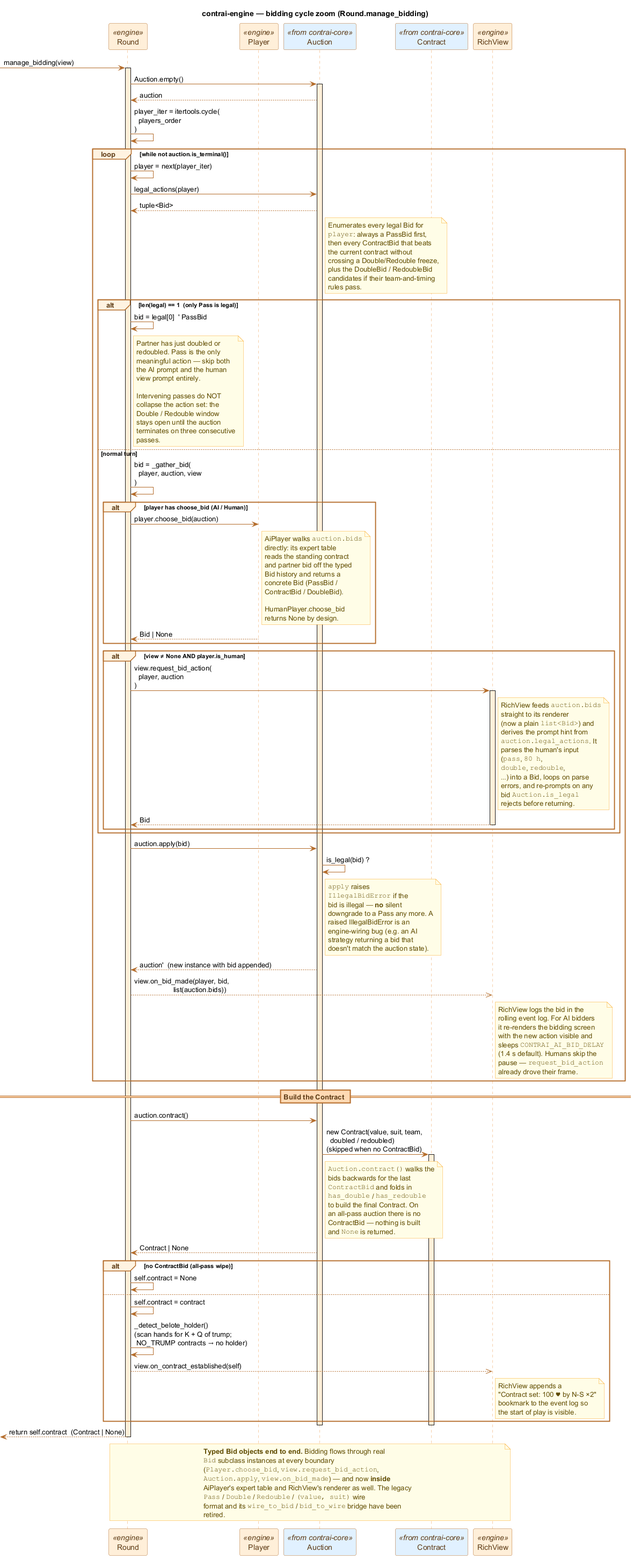
This is docs/diagrams/seq_bidding.png from valmathieu/ContrAI, a PlantUML export, as it was before one commit.
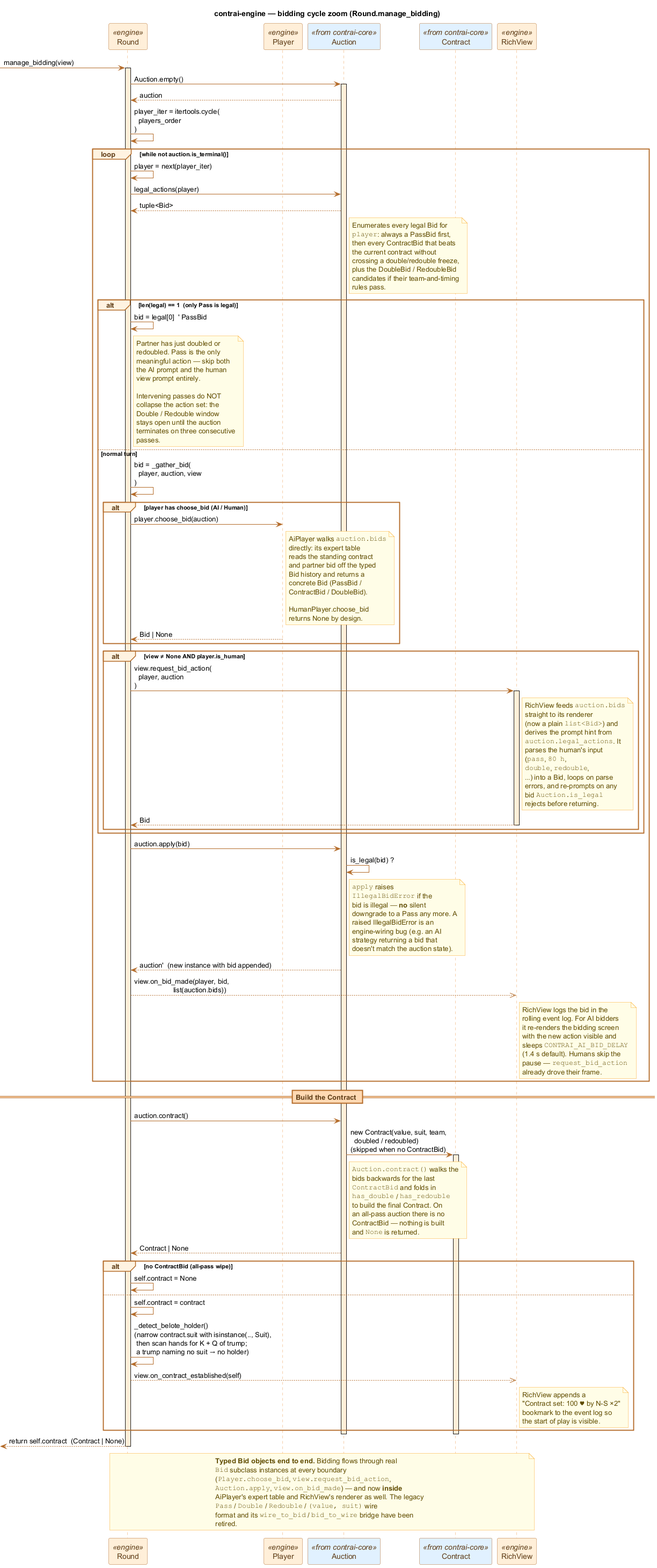
After the commit.

What changed in the source:
```diff
@@ -52,7 +52,7 @@
       ""player"": always a PassBid first,
       then every ContractBid that beats
       the current contract without
-      crossing a Double/Redouble freeze,
+      crossing a double/redouble freeze,
       plus the DoubleBid / RedoubleBid
       candidates if their team-and-timing
       rules pass.
@@ -165,7 +165,7 @@
     R -> R : self.contract = None
 else
     R -> R : self.contract = contract
-    R -> R : _detect_belote_holder()\n(scan hands for K + Q of trump;\n NO_TRUMP contracts → no holder)
+    R -> R : _detect_belote_holder()\n(narrow contract.suit with isinstance(.., Suit),\n then scan hands for K + Q of trump;\n a trump naming no suit → no holder)
     R -->> V : view.on_contract_established(self)
     note right of V
       RichView appends a
```
